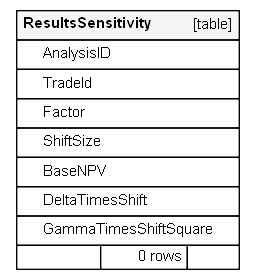
Earlier version of the Graphviz export docs/schemaDoc/diagrams/orphans/ResultsSensitivity.1degree.png (rkapl123/OreControl). Its source is kept beside it as docs/schemaDoc/diagrams/orphans/ResultsSensitivity.1degree.dot.
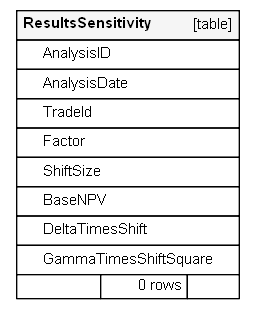
The same diagram one commit later.

The edit, as a diff of the source:
```diff
@@ -21,6 +21,7 @@
     <TABLE BORDER="0" CELLBORDER="1" CELLSPACING="0" BGCOLOR="#ffffff">
       <TR><TD COLSPAN="3"  BGCOLOR="#f5f5f5"><TABLE BORDER="0" CELLSPACING="0"><TR><TD ALIGN="LEFT"><B>ResultsSensitivity</B></TD><TD ALIGN="RIGHT">[table]</TD></TR></TABLE></TD></TR>
       <TR><TD PORT="AnalysisID" COLSPAN="3" ALIGN="LEFT"><TABLE BORDER="0" CELLSPACING="0" ALIGN="LEFT"><TR ALIGN="LEFT"><TD ALIGN="LEFT" FIXEDSIZE="TRUE" WIDTH="15" HEIGHT="16"></TD><TD ALIGN="LEFT" FIXEDSIZE="TRUE" WIDTH="146" HEIGHT="16">AnalysisID</TD></TR></TABLE></TD></TR>
+      <TR><TD PORT="AnalysisDate" COLSPAN="3" ALIGN="LEFT"><TABLE BORDER="0" CELLSPACING="0" ALIGN="LEFT"><TR ALIGN="LEFT"><TD ALIGN="LEFT" FIXEDSIZE="TRUE" WIDTH="15" HEIGHT="16"></TD><TD ALIGN="LEFT" FIXEDSIZE="TRUE" WIDTH="146" HEIGHT="16">AnalysisDate</TD></TR></TABLE></TD></TR>
       <TR><TD PORT="TradeId" COLSPAN="3" ALIGN="LEFT"><TABLE BORDER="0" CELLSPACING="0" ALIGN="LEFT"><TR ALIGN="LEFT"><TD ALIGN="LEFT" FIXEDSIZE="TRUE" WIDTH="15" HEIGHT="16"></TD><TD ALIGN="LEFT" FIXEDSIZE="TRUE" WIDTH="146" HEIGHT="16">TradeId</TD></TR></TABLE></TD></TR>
       <TR><TD PORT="Factor" COLSPAN="3" ALIGN="LEFT"><TABLE BORDER="0" CELLSPACING="0" ALIGN="LEFT"><TR ALIGN="LEFT"><TD ALIGN="LEFT" FIXEDSIZE="TRUE" WIDTH="15" HEIGHT="16"></TD><TD ALIGN="LEFT" FIXEDSIZE="TRUE" WIDTH="146" HEIGHT="16">Factor</TD></TR></TABLE></TD></TR>
       <TR><TD PORT="ShiftSize" COLSPAN="3" ALIGN="LEFT"><TABLE BORDER="0" CELLSPACING="0" ALIGN="LEFT"><TR ALIGN="LEFT"><TD ALIGN="LEFT" FIXEDSIZE="TRUE" WIDTH="15" HEIGHT="16"></TD><TD ALIGN="LEFT" FIXEDSIZE="TRUE" WIDTH="146" HEIGHT="16">ShiftSize</TD></TR></TABLE></TD></TR>
```
